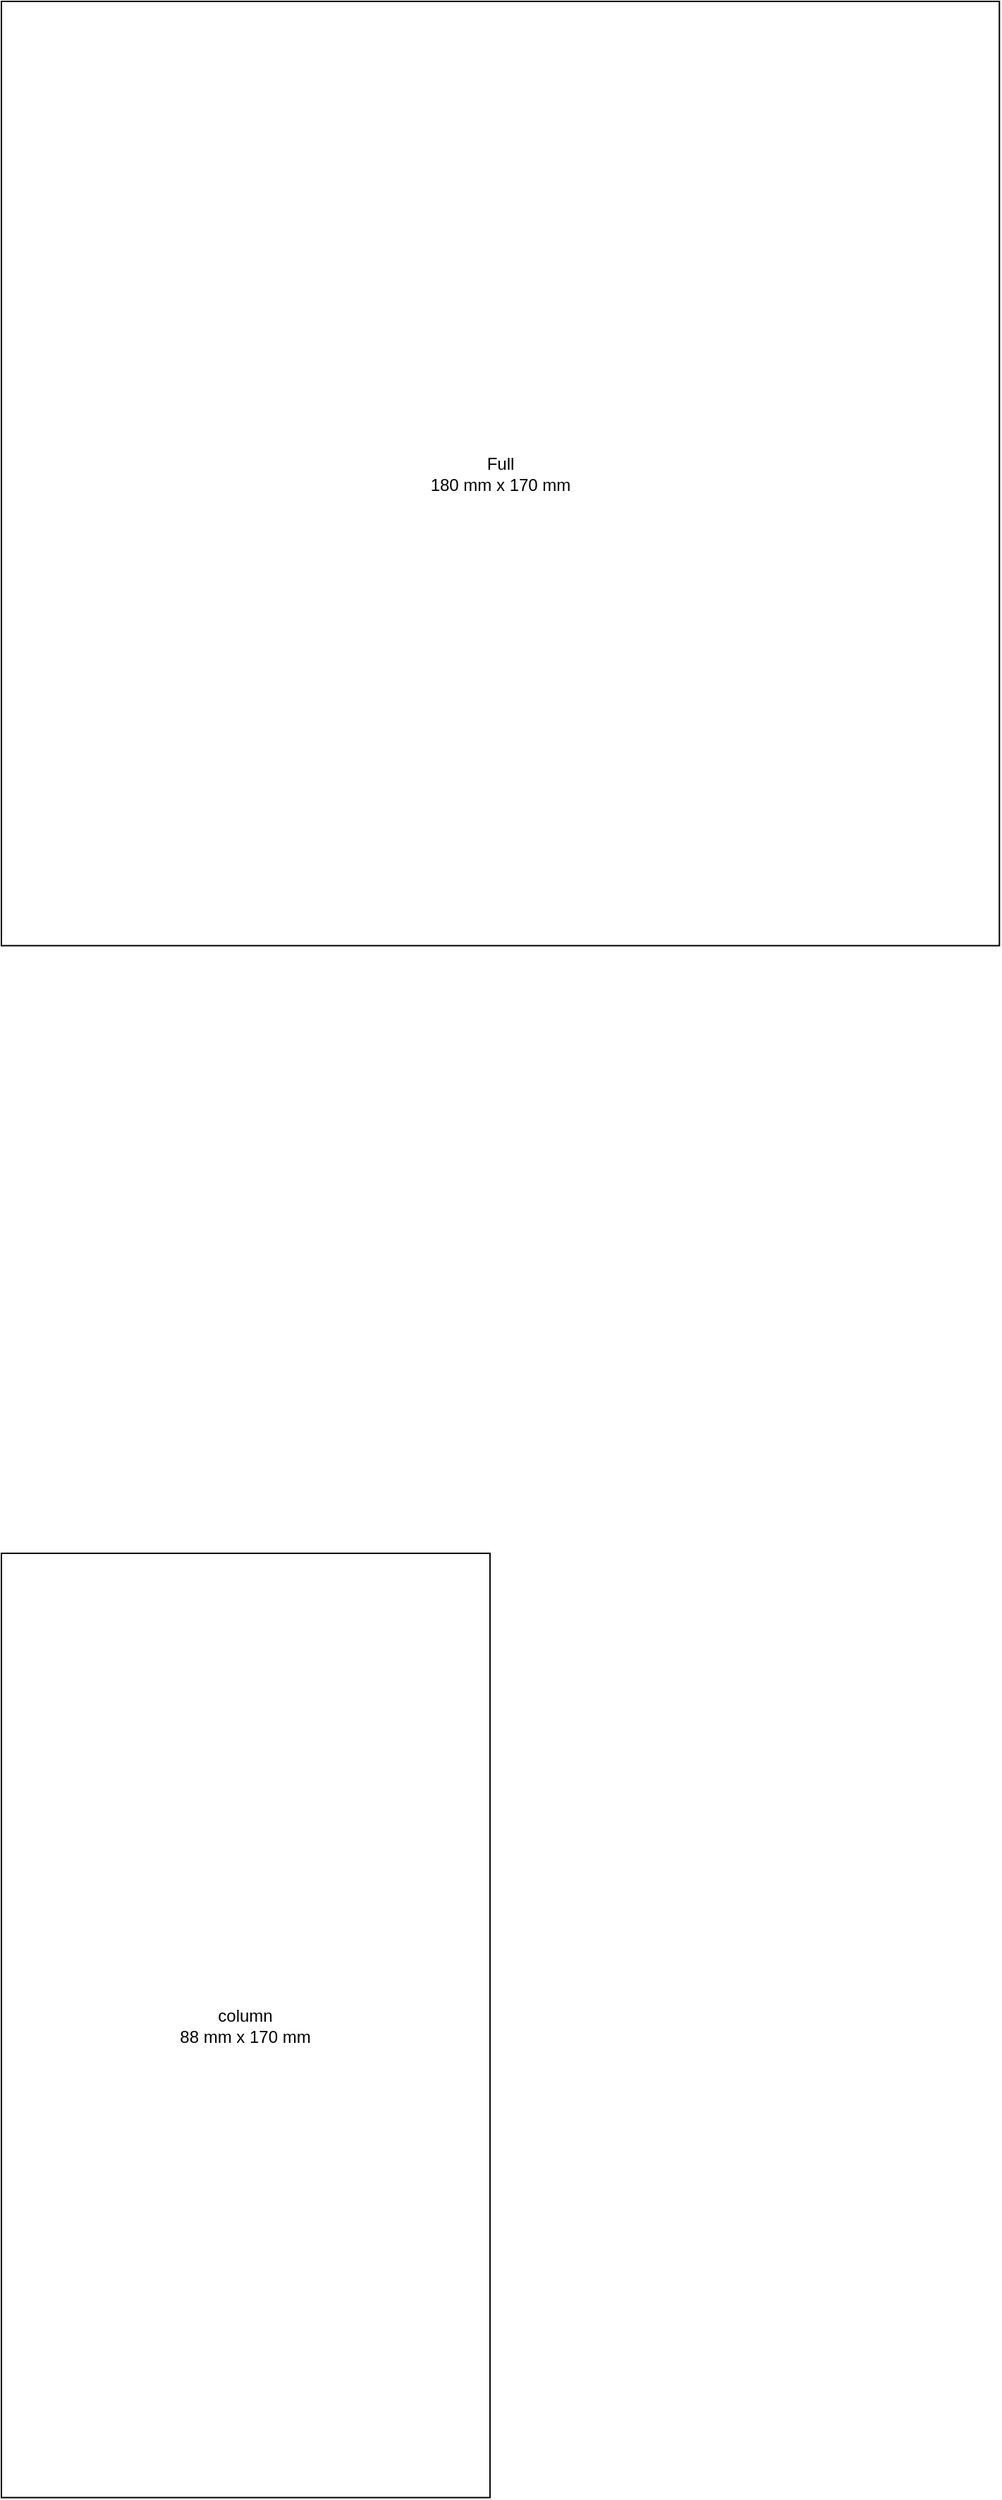
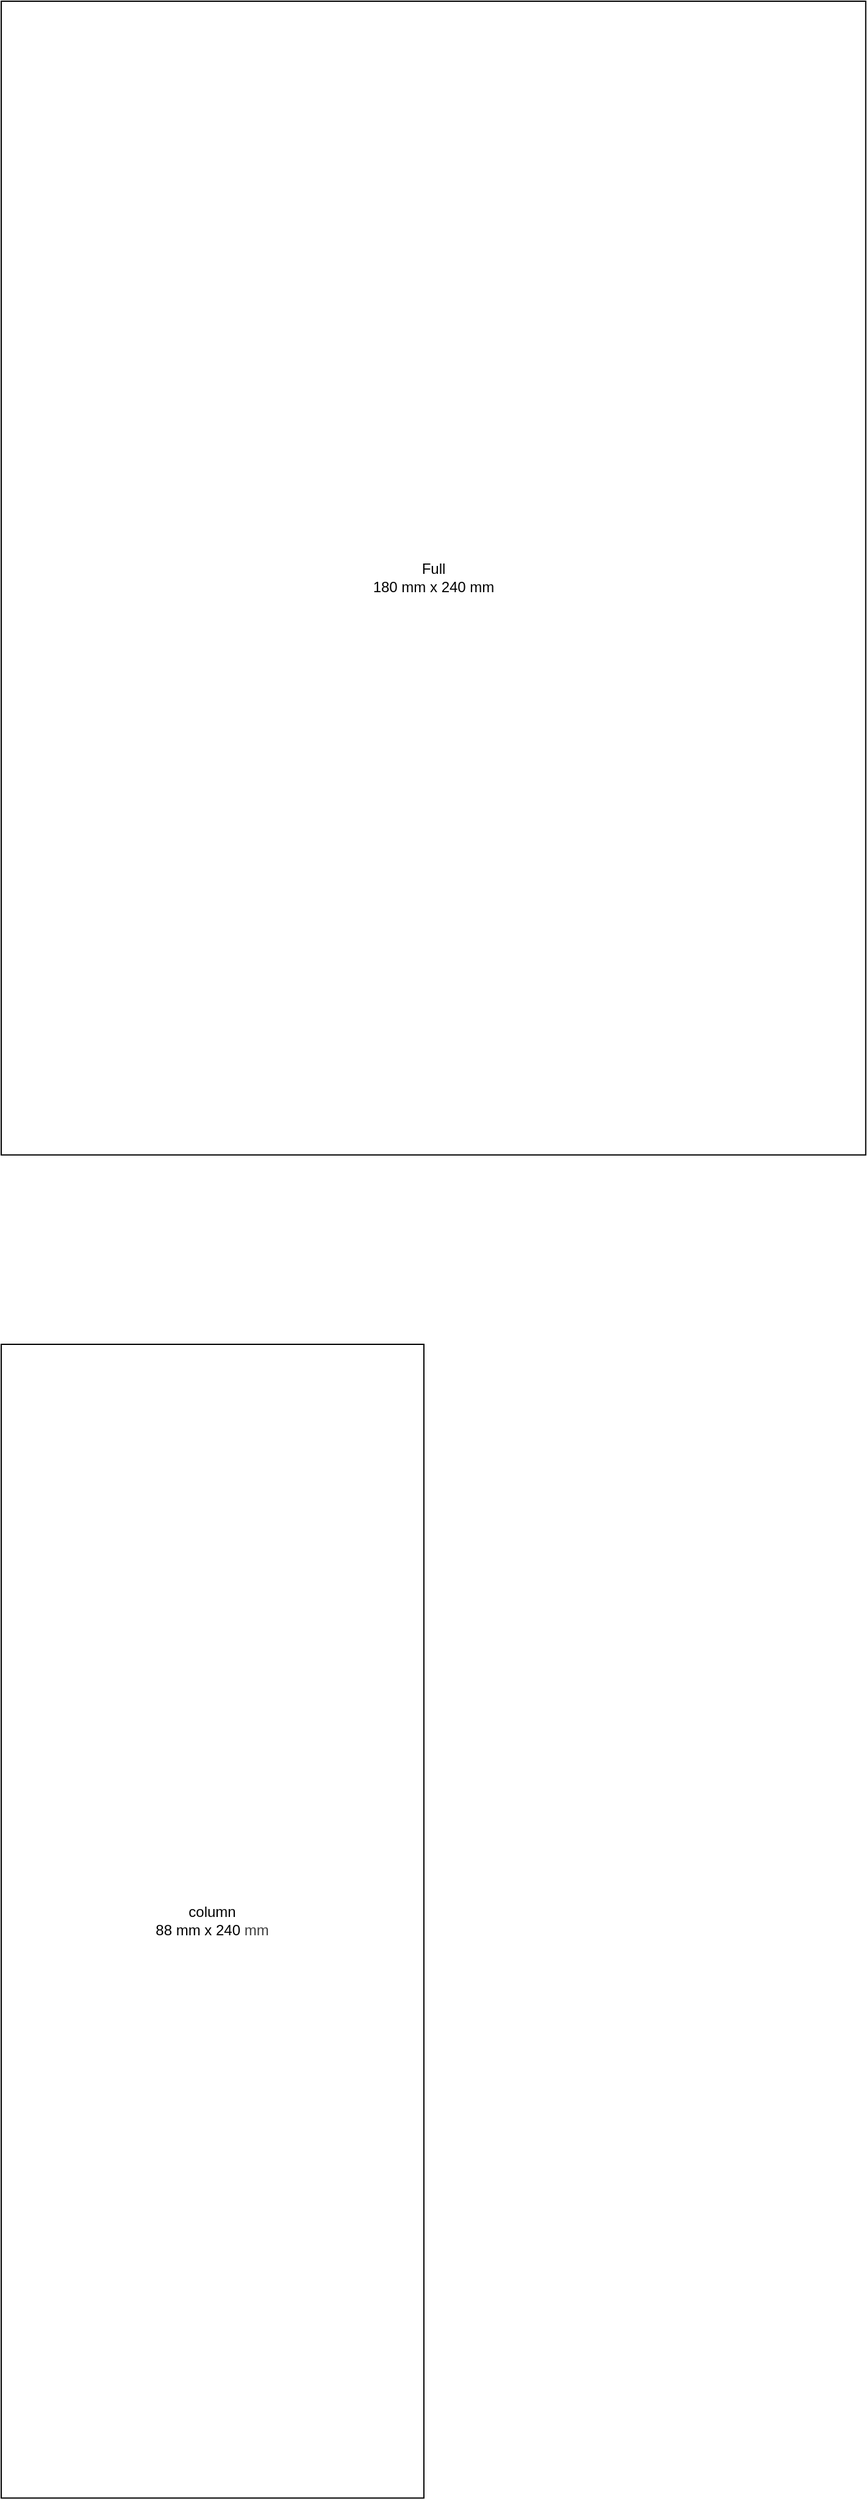
<mxfile host="65bd71144e">
    <diagram id="CUsuJH1H3rhh_td4-MEz" name="Page-1">
-         <mxGraphModel dx="1811" dy="1143" grid="1" gridSize="10" guides="1" tooltips="1" connect="1" arrows="1" fold="1" page="1" pageScale="1" pageWidth="850" pageHeight="1100" math="0" shadow="0">
+         <mxGraphModel dx="1038" dy="650" grid="1" gridSize="10" guides="1" tooltips="1" connect="1" arrows="1" fold="1" page="1" pageScale="1" pageWidth="850" pageHeight="1100" math="0" shadow="0">
            <root>
                <mxCell id="0"/>
                <mxCell id="1" parent="0"/>
-                 <mxCell id="2" value="&lt;div&gt;Full&lt;/div&gt;180 mm x 170 mm" style="rounded=0;whiteSpace=wrap;html=1;fillColor=none;" parent="1" vertex="1">
-                     <mxGeometry width="707.66" height="669.29" as="geometry"/>
+                 <mxCell id="2" value="&lt;div&gt;Full&lt;/div&gt;180 mm x 240 mm" style="rounded=0;whiteSpace=wrap;html=1;fillColor=none;" parent="1" vertex="1">
+                     <mxGeometry width="708.66" height="944.88" as="geometry"/>
                </mxCell>
-                 <mxCell id="4" value="&lt;div&gt;column&lt;/div&gt;88 mm x 170 mm" style="rounded=0;whiteSpace=wrap;html=1;fillColor=none;" parent="1" vertex="1">
-                     <mxGeometry y="1100" width="346.45599999999996" height="669.29" as="geometry"/>
+                 <mxCell id="4" value="&lt;div&gt;column&lt;/div&gt;88 mm x 240&lt;span style=&quot;color: rgb(63, 63, 63); background-color: transparent;&quot;&gt;&amp;nbsp;mm&lt;/span&gt;" style="rounded=0;whiteSpace=wrap;html=1;fillColor=none;" parent="1" vertex="1">
+                     <mxGeometry y="1100" width="346.45599999999996" height="944.88" as="geometry"/>
                </mxCell>
            </root>
        </mxGraphModel>
    </diagram>
</mxfile>